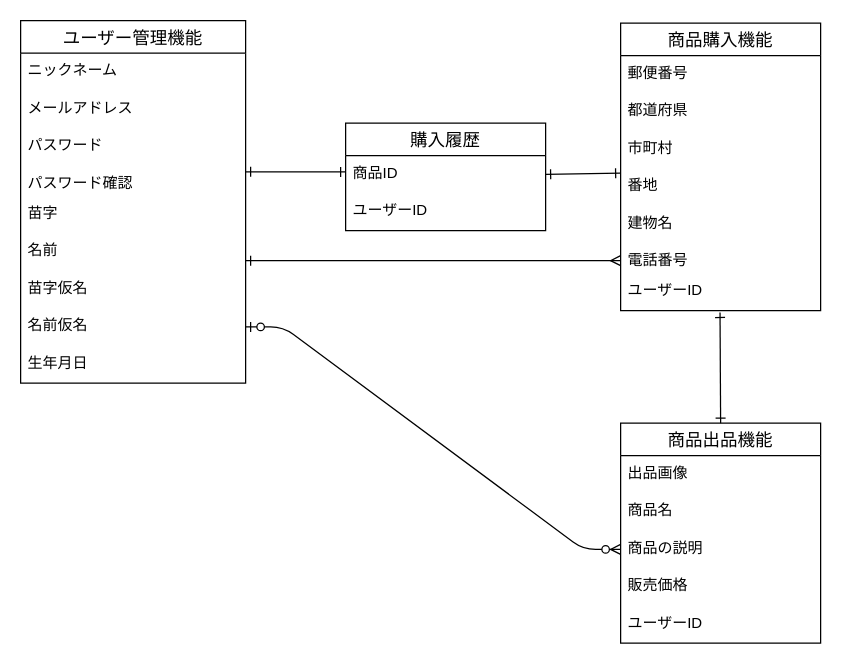
Earlier version of the draw.io diagram TABLE .dio (kou1203/furima-34471). Source tidied: cells renumbered, new cells numbered last; positions are measured from the earlier drawing's top-left corner, leaving out a move shared by most shapes. Both pictures are drawn from the tidied source at 125%, with x=0, y=0 at pixel (20, 20).
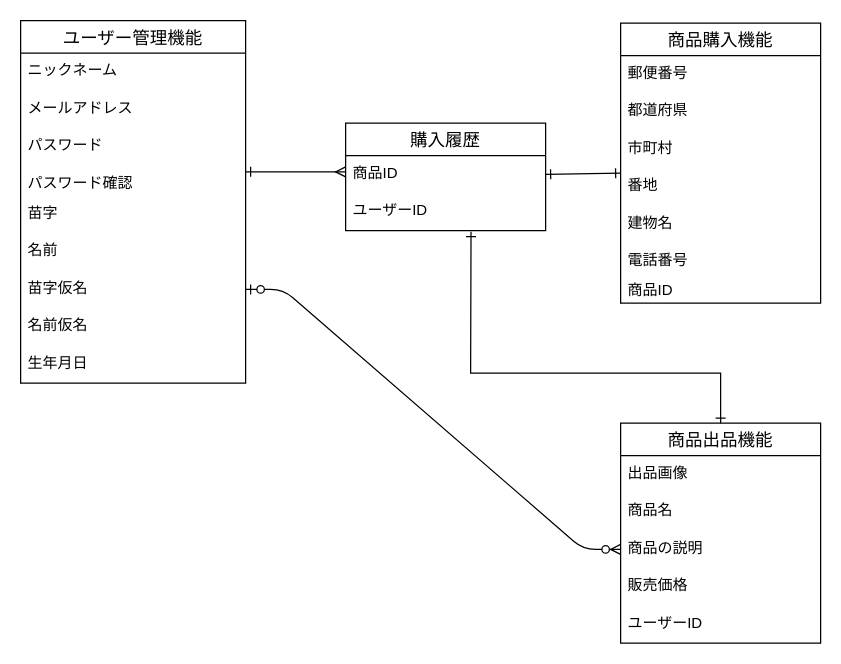
The same page after the edit.

Unchanged cells that the change refers to:
```xml
<mxCell id="6" value="パスワード確認" style="text;strokeColor=none;fillColor=none;spacingLeft=4;spacingRight=4;overflow=hidden;points=[[0,0.5],[1,0.5]];portConstraint=eastwest;fontSize=12;" parent="2" vertex="1">
  <mxGeometry y="116" width="180" height="24" as="geometry" />
</mxCell>
<mxCell id="9" value="苗字仮名" style="text;strokeColor=none;fillColor=none;spacingLeft=4;spacingRight=4;overflow=hidden;points=[[0,0.5],[1,0.5]];portConstraint=eastwest;fontSize=12;" parent="2" vertex="1">
  <mxGeometry y="200" width="180" height="30" as="geometry" />
</mxCell>
<mxCell id="10" value="名前仮名" style="text;strokeColor=none;fillColor=none;spacingLeft=4;spacingRight=4;overflow=hidden;points=[[0,0.5],[1,0.5]];portConstraint=eastwest;fontSize=12;" parent="2" vertex="1">
  <mxGeometry y="230" width="180" height="30" as="geometry" />
</mxCell>
<mxCell id="20" value="商品出品機能" style="swimlane;fontStyle=0;horizontal=1;startSize=26;align=center;fontSize=14;" parent="1" vertex="1">
  <mxGeometry x="480" y="322" width="160" height="176" as="geometry" />
</mxCell>
<mxCell id="23" value="商品の説明" style="text;strokeColor=none;fillColor=none;spacingLeft=4;spacingRight=4;overflow=hidden;points=[[0,0.5],[1,0.5]];portConstraint=eastwest;fontSize=12;" parent="20" vertex="1">
  <mxGeometry y="86" width="160" height="30" as="geometry" />
</mxCell>
<mxCell id="28" value="ユーザーID" style="text;strokeColor=none;fillColor=none;spacingLeft=4;spacingRight=4;overflow=hidden;points=[[0,0.5],[1,0.5]];portConstraint=eastwest;fontSize=12;" parent="26" vertex="1">
  <mxGeometry y="56" width="160" height="30" as="geometry" />
</mxCell>
```

The edit, as a diff of the source:
```diff
@@
     <mxCell id="12" value="商品購入機能" style="swimlane;fontStyle=0;horizontal=1;startSize=26;align=center;fontSize=14;" parent="1" vertex="1">
-      <mxGeometry x="480" y="2" width="160" height="230" as="geometry" />
+      <mxGeometry x="480" y="2" width="160" height="224" as="geometry" />
     </mxCell>
@@
-    <mxCell id="19" value="ユーザーID" style="text;strokeColor=none;fillColor=none;spacingLeft=4;spacingRight=4;overflow=hidden;points=[[0,0.5],[1,0.5]];portConstraint=eastwest;fontSize=12;" parent="12" vertex="1">
-      <mxGeometry y="200" width="160" height="30" as="geometry" />
-    </mxCell>
+    <mxCell id="34" value="商品ID" style="text;strokeColor=none;fillColor=none;spacingLeft=4;spacingRight=4;overflow=hidden;fontSize=12;" parent="12" vertex="1">
+      <mxGeometry y="200" width="160" height="24" as="geometry" />
+    </mxCell>
@@
-    <mxCell id="29" style="endArrow=ERone;html=1;rounded=0;strokeWidth=1;entryX=0.5;entryY=0;entryDx=0;entryDy=0;startArrow=ERone;startFill=0;endFill=0;exitX=0.497;exitY=1.05;exitDx=0;exitDy=0;exitPerimeter=0;" parent="1" edge="1" source="19" target="20">
-      <mxGeometry relative="1" as="geometry" />
-    </mxCell>
-    <mxCell id="30" style="endArrow=ERmany;html=1;rounded=0;strokeWidth=1;startArrow=ERone;startFill=0;endFill=0;" parent="1" edge="1">
-      <mxGeometry relative="1" as="geometry">
-        <mxPoint x="180" y="192" as="sourcePoint" />
-        <mxPoint x="480" y="192" as="targetPoint" />
-      </mxGeometry>
-    </mxCell>
@@
-    <mxCell id="32" style="endArrow=ERone;html=1;rounded=0;strokeWidth=1;exitX=1;exitY=0.208;exitDx=0;exitDy=0;startArrow=ERone;startFill=0;endFill=0;exitPerimeter=0;" parent="1" edge="1" source="6">
+    <mxCell id="32" style="endArrow=ERmany;html=1;rounded=0;strokeWidth=1;exitX=1;exitY=0.208;exitDx=0;exitDy=0;startArrow=ERone;startFill=0;endFill=0;exitPerimeter=0;" parent="1" edge="1" source="6">
       <mxGeometry relative="1" as="geometry">
         <mxPoint x="260" y="121" as="targetPoint" />
       </mxGeometry>
     </mxCell>
-    <mxCell id="33" style="edgeStyle=entityRelationEdgeStyle;fontSize=12;html=1;endArrow=ERzeroToMany;startArrow=ERzeroToOne;exitX=1;exitY=0.5;exitDx=0;exitDy=0;entryX=0;entryY=0.5;entryDx=0;entryDy=0;" parent="1" edge="1" source="10" target="23">
+    <mxCell id="33" style="edgeStyle=entityRelationEdgeStyle;fontSize=12;html=1;endArrow=ERzeroToMany;startArrow=ERzeroToOne;entryX=0;entryY=0.5;entryDx=0;entryDy=0;exitX=1;exitY=0.5;exitDx=0;exitDy=0;" parent="1" edge="1" source="9" target="23">
       <mxGeometry relative="1" as="geometry" />
     </mxCell>
+    <mxCell id="35" style="endArrow=ERone;html=1;rounded=0;strokeWidth=1;exitX=0.5;exitY=0;exitDx=0;exitDy=0;startArrow=ERone;startFill=0;endFill=0;entryX=0.627;entryY=1.028;entryDx=0;entryDy=0;entryPerimeter=0;" parent="1" edge="1" source="20" target="28">
+      <mxGeometry relative="1" as="geometry">
+        <Array as="points">
+          <mxPoint x="560" y="282" />
+          <mxPoint x="360" y="282" />
+        </Array>
+      </mxGeometry>
+    </mxCell>
```
